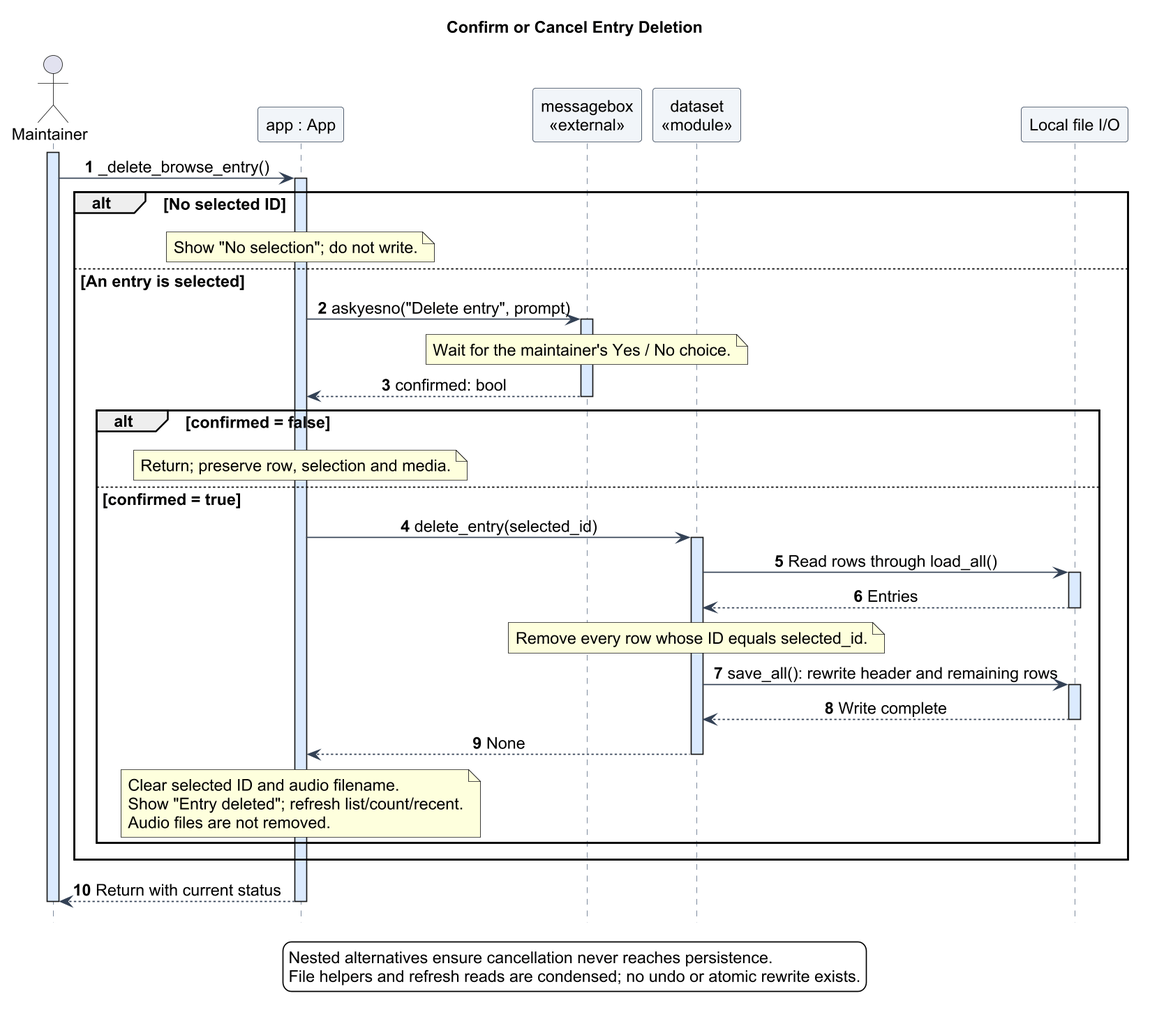
This is docs/diagrams/sequence-delete.png from Suraku237/francanglaiscompiler, a PlantUML export, as it was before one commit. Its diagram source:
```plantuml
@startuml
!include theme.iuml
title Confirm or Cancel Entry Deletion
hide footbox
autonumber
actor Maintainer
participant "app : App" as App
participant "messagebox\n<<external>>" as Dialog
participant "dataset\n<<module>>" as Dataset
participant "Local file I/O" as Files

activate Maintainer
Maintainer -> App : _delete_browse_entry()
activate App
alt No selected ID
  note over App : Show "No selection"; do not write.
else An entry is selected
  App -> Dialog : askyesno("Delete entry", prompt)
  activate Dialog
  note over Dialog : Wait for the maintainer's Yes / No choice.
  Dialog --> App : confirmed: bool
  deactivate Dialog
  alt confirmed = false
    note over App : Return; preserve row, selection and media.
  else confirmed = true
    App -> Dataset : delete_entry(selected_id)
    activate Dataset
    Dataset -> Files : Read rows through load_all()
    activate Files
    Files --> Dataset : Entries
    deactivate Files
    note over Dataset : Remove every row whose ID equals selected_id.
    Dataset -> Files : save_all(): rewrite header and remaining rows
    activate Files
    Files --> Dataset : Write complete
    deactivate Files
    Dataset --> App : None
    deactivate Dataset
    note over App
      Clear selected ID and audio filename.
      Show "Entry deleted"; refresh list/count/recent.
      Audio files are not removed.
    end note
  end
end
App --> Maintainer : Return with current status
deactivate App
deactivate Maintainer
legend bottom
  Nested alternatives ensure cancellation never reaches persistence.
  File helpers and refresh reads are condensed; no undo or atomic rewrite exists.
endlegend
@enduml
```
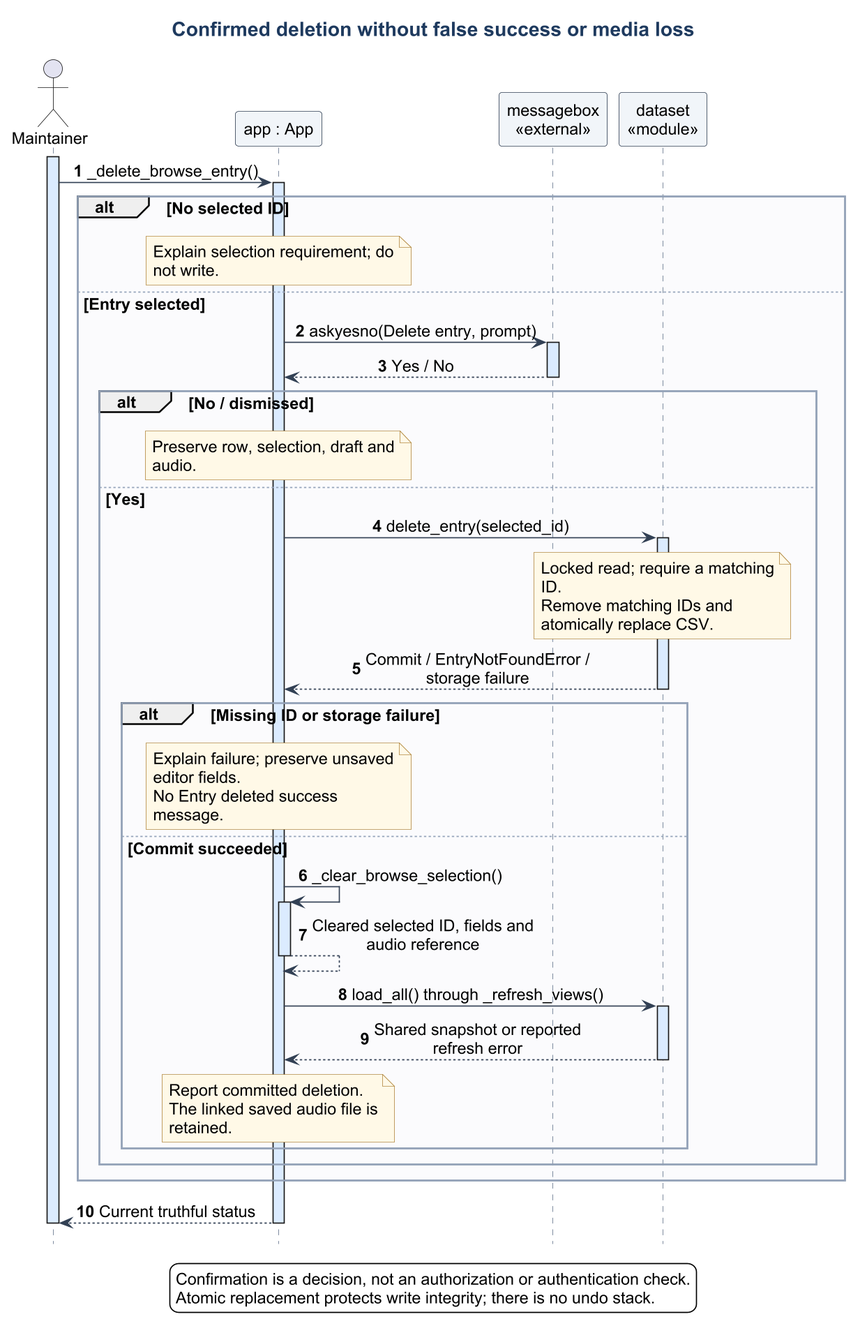
After the change.

Diff of the diagram source:
```diff
@@ -1,53 +1,50 @@
 @startuml
 !include theme.iuml
-title Confirm or Cancel Entry Deletion
+title Confirmed deletion without false success or media loss
 hide footbox
 autonumber
 actor Maintainer
 participant "app : App" as App
 participant "messagebox\n<<external>>" as Dialog
 participant "dataset\n<<module>>" as Dataset
-participant "Local file I/O" as Files
-
 activate Maintainer
 Maintainer -> App : _delete_browse_entry()
 activate App
 alt No selected ID
-  note over App : Show "No selection"; do not write.
-else An entry is selected
-  App -> Dialog : askyesno("Delete entry", prompt)
+  note over App : Explain selection requirement; do not write.
+else Entry selected
+  App -> Dialog : askyesno(Delete entry, prompt)
   activate Dialog
-  note over Dialog : Wait for the maintainer's Yes / No choice.
-  Dialog --> App : confirmed: bool
+  Dialog --> App : Yes / No
   deactivate Dialog
-  alt confirmed = false
-    note over App : Return; preserve row, selection and media.
-  else confirmed = true
+  alt No / dismissed
+    note over App : Preserve row, selection, draft and audio.
+  else Yes
     App -> Dataset : delete_entry(selected_id)
     activate Dataset
-    Dataset -> Files : Read rows through load_all()
-    activate Files
-    Files --> Dataset : Entries
-    deactivate Files
-    note over Dataset : Remove every row whose ID equals selected_id.
-    Dataset -> Files : save_all(): rewrite header and remaining rows
-    activate Files
-    Files --> Dataset : Write complete
-    deactivate Files
-    Dataset --> App : None
+    note over Dataset : Locked read; require a matching ID.\nRemove matching IDs and atomically replace CSV.
+    Dataset --> App : Commit / EntryNotFoundError / storage failure
     deactivate Dataset
-    note over App
-      Clear selected ID and audio filename.
-      Show "Entry deleted"; refresh list/count/recent.
-      Audio files are not removed.
-    end note
+    alt Missing ID or storage failure
+      note over App : Explain failure; preserve unsaved editor fields.\nNo Entry deleted success message.
+    else Commit succeeded
+      App -> App : _clear_browse_selection()
+      activate App
+      App --> App : Cleared selected ID, fields and audio reference
+      deactivate App
+      App -> Dataset : load_all() through _refresh_views()
+      activate Dataset
+      Dataset --> App : Shared snapshot or reported refresh error
+      deactivate Dataset
+      note over App : Report committed deletion.\nThe linked saved audio file is retained.
+    end
   end
 end
-App --> Maintainer : Return with current status
+App --> Maintainer : Current truthful status
 deactivate App
 deactivate Maintainer
 legend bottom
-  Nested alternatives ensure cancellation never reaches persistence.
-  File helpers and refresh reads are condensed; no undo or atomic rewrite exists.
+  Confirmation is a decision, not an authorization or authentication check.
+  Atomic replacement protects write integrity; there is no undo stack.
 endlegend
 @enduml
```
